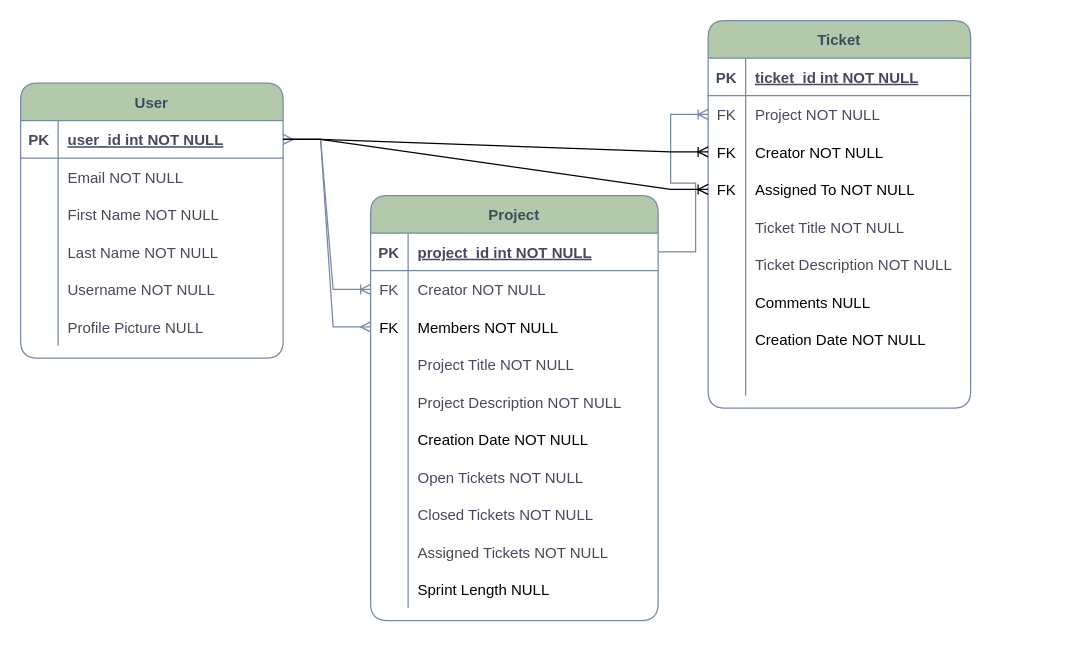
The draw.io diagram config and documentation/database-schema.drawio in krishabbashyal/issue-tracker, before the edit. Source tidied: cells renumbered, new cells numbered last; positions are measured from the earlier drawing's top-left corner, leaving out a move shared by most shapes. Both pictures are drawn from the tidied source at 125%, with x=0, y=0 at pixel (20, 20).
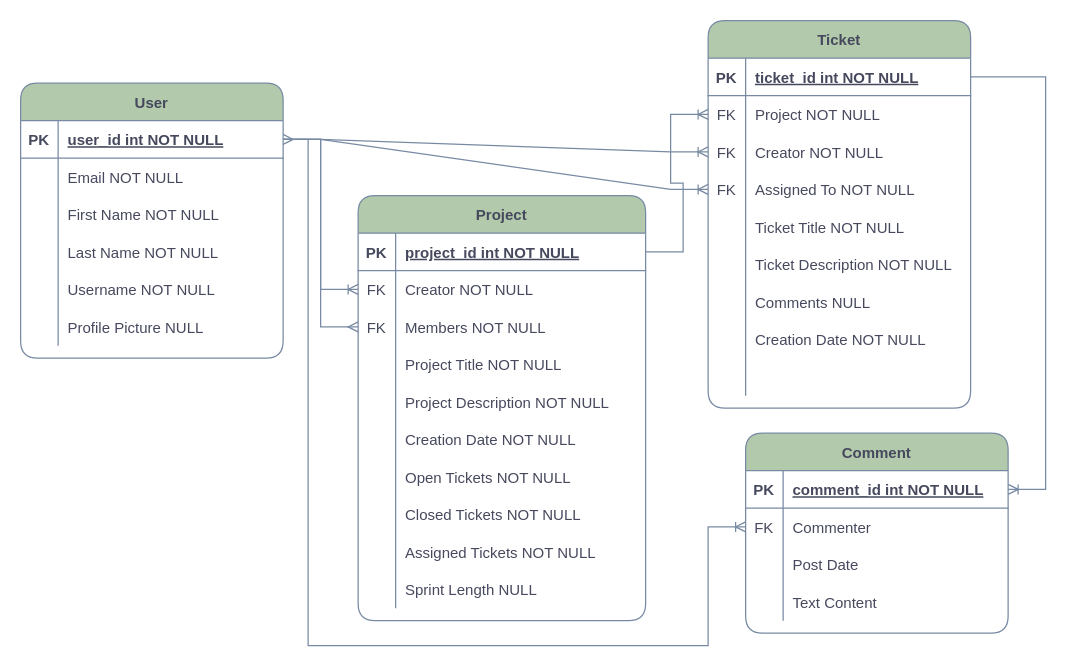
Above is the later version.

The change refers to these unchanged cells:
```xml
<mxCell id="3" style="shape=tableRow;horizontal=0;startSize=0;swimlaneHead=0;swimlaneBody=0;fillColor=none;points=[[0,0.5],[1,0.5]];portConstraint=eastwest;top=0;left=0;right=0;bottom=1;rounded=1;strokeColor=#788AA3;fontColor=#46495D;" parent="2" vertex="1">
  <mxGeometry y="30" width="210" height="30" as="geometry" />
</mxCell>
<mxCell id="22" style="shape=tableRow;horizontal=0;startSize=0;swimlaneHead=0;swimlaneBody=0;fillColor=none;points=[[0,0.5],[1,0.5]];portConstraint=eastwest;top=0;left=0;right=0;bottom=1;rounded=1;strokeColor=#788AA3;fontColor=#46495D;" parent="21" vertex="1">
  <mxGeometry y="30" width="230" height="30" as="geometry" />
</mxCell>
<mxCell id="25" style="shape=tableRow;horizontal=0;startSize=0;swimlaneHead=0;swimlaneBody=0;fillColor=none;points=[[0,0.5],[1,0.5]];portConstraint=eastwest;top=0;left=0;right=0;bottom=0;rounded=1;strokeColor=#788AA3;fontColor=#46495D;" parent="21" vertex="1">
  <mxGeometry y="60" width="230" height="30" as="geometry" />
</mxCell>
<mxCell id="52" value="Ticket" style="shape=table;startSize=30;childLayout=tableLayout;rowLines=0;fontStyle=1;align=center;rounded=1;sketch=0;fontColor=#46495D;strokeColor=#788AA3;fillColor=#B2C9AB;shadow=0;" parent="1" vertex="1">
  <mxGeometry x="550" width="210" height="310" as="geometry" />
</mxCell>
<mxCell id="53" style="shape=tableRow;horizontal=0;startSize=0;swimlaneHead=0;swimlaneBody=0;fillColor=none;points=[[0,0.5],[1,0.5]];portConstraint=eastwest;top=0;left=0;right=0;bottom=1;rounded=0;sketch=0;fontColor=#46495D;strokeColor=#788AA3;" parent="52" vertex="1">
  <mxGeometry y="30" width="210" height="30" as="geometry" />
</mxCell>
<mxCell id="56" style="shape=tableRow;horizontal=0;startSize=0;swimlaneHead=0;swimlaneBody=0;fillColor=none;points=[[0,0.5],[1,0.5]];portConstraint=eastwest;top=0;left=0;right=0;bottom=0;rounded=0;sketch=0;fontColor=#46495D;strokeColor=#788AA3;" parent="52" vertex="1">
  <mxGeometry y="60" width="210" height="30" as="geometry" />
</mxCell>
```

Diff of the diagram source:
```diff
@@
     <mxCell id="21" value="Project" style="shape=table;startSize=30;childLayout=tableLayout;rowLines=0;fontStyle=1;align=center;rounded=1;fillColor=#B2C9AB;strokeColor=#788AA3;fontColor=#46495D;" parent="1" vertex="1">
-      <mxGeometry x="280" y="140" width="230" height="340" as="geometry" />
+      <mxGeometry x="270" y="140" width="230" height="340" as="geometry" />
     </mxCell>
@@
-    <mxCell id="28" style="shape=tableRow;horizontal=0;startSize=0;swimlaneHead=0;swimlaneBody=0;fillColor=none;points=[[0,0.5],[1,0.5]];portConstraint=eastwest;top=0;left=0;right=0;bottom=0;strokeColor=#788AA3;" parent="21" vertex="1">
+    <mxCell id="28" style="shape=tableRow;horizontal=0;startSize=0;swimlaneHead=0;swimlaneBody=0;fillColor=none;points=[[0,0.5],[1,0.5]];portConstraint=eastwest;top=0;left=0;right=0;bottom=0;strokeColor=#788AA3;fontColor=#46495D;" parent="21" vertex="1">
       <mxGeometry y="90" width="230" height="30" as="geometry" />
     </mxCell>
-    <mxCell id="29" value="FK" style="shape=partialRectangle;fillColor=none;top=0;left=0;bottom=0;right=0;overflow=hidden;strokeColor=#788AA3;" parent="28" vertex="1">
+    <mxCell id="29" value="FK" style="shape=partialRectangle;fillColor=none;top=0;left=0;bottom=0;right=0;overflow=hidden;strokeColor=#788AA3;fontColor=#46495D;" parent="28" vertex="1">
       <mxGeometry width="30" height="30" as="geometry" />
     </mxCell>
-    <mxCell id="30" value="Members NOT NULL" style="shape=partialRectangle;fillColor=none;top=0;left=0;bottom=0;right=0;align=left;spacingLeft=6;overflow=hidden;strokeColor=#788AA3;" parent="28" vertex="1">
+    <mxCell id="30" value="Members NOT NULL" style="shape=partialRectangle;fillColor=none;top=0;left=0;bottom=0;right=0;align=left;spacingLeft=6;overflow=hidden;strokeColor=#788AA3;fontColor=#46495D;" parent="28" vertex="1">
       <mxGeometry x="30" width="200" height="30" as="geometry" />
     </mxCell>
@@
-    <mxCell id="37" style="shape=tableRow;horizontal=0;startSize=0;swimlaneHead=0;swimlaneBody=0;fillColor=none;top=0;left=0;right=0;bottom=0;strokeColor=#788AA3;" parent="21" vertex="1">
+    <mxCell id="37" style="shape=tableRow;horizontal=0;startSize=0;swimlaneHead=0;swimlaneBody=0;fillColor=none;top=0;left=0;right=0;bottom=0;strokeColor=#788AA3;fontColor=#46495D;" parent="21" vertex="1">
       <mxGeometry y="180" width="230" height="30" as="geometry" />
     </mxCell>
-    <mxCell id="38" style="shape=partialRectangle;fillColor=none;top=0;left=0;bottom=0;right=0;overflow=hidden;strokeColor=#788AA3;" parent="37" vertex="1">
+    <mxCell id="38" style="shape=partialRectangle;fillColor=none;top=0;left=0;bottom=0;right=0;overflow=hidden;strokeColor=#788AA3;fontColor=#46495D;" parent="37" vertex="1">
       <mxGeometry width="30" height="30" as="geometry" />
     </mxCell>
-    <mxCell id="39" value="Creation Date NOT NULL" style="shape=partialRectangle;fillColor=none;top=0;left=0;bottom=0;right=0;align=left;spacingLeft=6;overflow=hidden;strokeColor=#788AA3;" parent="37" vertex="1">
+    <mxCell id="39" value="Creation Date NOT NULL" style="shape=partialRectangle;fillColor=none;top=0;left=0;bottom=0;right=0;align=left;spacingLeft=6;overflow=hidden;strokeColor=#788AA3;fontColor=#46495D;" parent="37" vertex="1">
       <mxGeometry x="30" width="200" height="30" as="geometry" />
     </mxCell>
@@
-    <mxCell id="49" style="shape=tableRow;horizontal=0;startSize=0;swimlaneHead=0;swimlaneBody=0;fillColor=none;top=0;left=0;right=0;bottom=0;strokeColor=#788AA3;" parent="21" vertex="1">
+    <mxCell id="49" style="shape=tableRow;horizontal=0;startSize=0;swimlaneHead=0;swimlaneBody=0;fillColor=none;top=0;left=0;right=0;bottom=0;strokeColor=#788AA3;fontColor=#46495D;" parent="21" vertex="1">
       <mxGeometry y="300" width="230" height="30" as="geometry" />
     </mxCell>
-    <mxCell id="50" style="shape=partialRectangle;fillColor=none;top=0;left=0;bottom=0;right=0;overflow=hidden;strokeColor=#788AA3;" parent="49" vertex="1">
+    <mxCell id="50" style="shape=partialRectangle;fillColor=none;top=0;left=0;bottom=0;right=0;overflow=hidden;strokeColor=#788AA3;fontColor=#46495D;" parent="49" vertex="1">
       <mxGeometry width="30" height="30" as="geometry" />
     </mxCell>
-    <mxCell id="51" value="Sprint Length NULL" style="shape=partialRectangle;fillColor=none;top=0;left=0;bottom=0;right=0;align=left;spacingLeft=6;overflow=hidden;strokeColor=#788AA3;" parent="49" vertex="1">
+    <mxCell id="51" value="Sprint Length NULL" style="shape=partialRectangle;fillColor=none;top=0;left=0;bottom=0;right=0;align=left;spacingLeft=6;overflow=hidden;strokeColor=#788AA3;fontColor=#46495D;" parent="49" vertex="1">
       <mxGeometry x="30" width="200" height="30" as="geometry" />
     </mxCell>
@@
-    <mxCell id="59" style="shape=tableRow;horizontal=0;startSize=0;swimlaneHead=0;swimlaneBody=0;fillColor=none;points=[[0,0.5],[1,0.5]];portConstraint=eastwest;top=0;left=0;right=0;bottom=0;strokeColor=#788AA3;" parent="52" vertex="1">
+    <mxCell id="59" style="shape=tableRow;horizontal=0;startSize=0;swimlaneHead=0;swimlaneBody=0;fillColor=none;points=[[0,0.5],[1,0.5]];portConstraint=eastwest;top=0;left=0;right=0;bottom=0;strokeColor=#788AA3;fontColor=#46495D;" parent="52" vertex="1">
       <mxGeometry y="90" width="210" height="30" as="geometry" />
     </mxCell>
-    <mxCell id="60" value="FK" style="shape=partialRectangle;fillColor=none;top=0;left=0;bottom=0;right=0;overflow=hidden;strokeColor=#788AA3;" parent="59" vertex="1">
+    <mxCell id="60" value="FK" style="shape=partialRectangle;fillColor=none;top=0;left=0;bottom=0;right=0;overflow=hidden;strokeColor=#788AA3;fontColor=#46495D;" parent="59" vertex="1">
       <mxGeometry width="30" height="30" as="geometry" />
     </mxCell>
-    <mxCell id="61" value="Creator NOT NULL" style="shape=partialRectangle;fillColor=none;top=0;left=0;bottom=0;right=0;align=left;spacingLeft=6;overflow=hidden;strokeColor=#788AA3;" parent="59" vertex="1">
+    <mxCell id="61" value="Creator NOT NULL" style="shape=partialRectangle;fillColor=none;top=0;left=0;bottom=0;right=0;align=left;spacingLeft=6;overflow=hidden;strokeColor=#788AA3;fontColor=#46495D;" parent="59" vertex="1">
       <mxGeometry x="30" width="180" height="30" as="geometry" />
     </mxCell>
-    <mxCell id="62" style="shape=tableRow;horizontal=0;startSize=0;swimlaneHead=0;swimlaneBody=0;fillColor=none;points=[[0,0.5],[1,0.5]];portConstraint=eastwest;top=0;left=0;right=0;bottom=0;strokeColor=#788AA3;" parent="52" vertex="1">
+    <mxCell id="62" style="shape=tableRow;horizontal=0;startSize=0;swimlaneHead=0;swimlaneBody=0;fillColor=none;points=[[0,0.5],[1,0.5]];portConstraint=eastwest;top=0;left=0;right=0;bottom=0;strokeColor=#788AA3;fontColor=#46495D;" parent="52" vertex="1">
       <mxGeometry y="120" width="210" height="30" as="geometry" />
     </mxCell>
-    <mxCell id="63" value="FK" style="shape=partialRectangle;fillColor=none;top=0;left=0;bottom=0;right=0;overflow=hidden;strokeColor=#788AA3;" parent="62" vertex="1">
+    <mxCell id="63" value="FK" style="shape=partialRectangle;fillColor=none;top=0;left=0;bottom=0;right=0;overflow=hidden;strokeColor=#788AA3;fontColor=#46495D;" parent="62" vertex="1">
       <mxGeometry width="30" height="30" as="geometry" />
     </mxCell>
-    <mxCell id="64" value="Assigned To NOT NULL" style="shape=partialRectangle;fillColor=none;top=0;left=0;bottom=0;right=0;align=left;spacingLeft=6;overflow=hidden;strokeColor=#788AA3;" parent="62" vertex="1">
+    <mxCell id="64" value="Assigned To NOT NULL" style="shape=partialRectangle;fillColor=none;top=0;left=0;bottom=0;right=0;align=left;spacingLeft=6;overflow=hidden;strokeColor=#788AA3;fontColor=#46495D;" parent="62" vertex="1">
       <mxGeometry x="30" width="180" height="30" as="geometry" />
     </mxCell>
@@
-    <mxCell id="71" style="shape=tableRow;horizontal=0;startSize=0;swimlaneHead=0;swimlaneBody=0;fillColor=none;top=0;left=0;right=0;bottom=0;strokeColor=#788AA3;" parent="52" vertex="1">
+    <mxCell id="71" style="shape=tableRow;horizontal=0;startSize=0;swimlaneHead=0;swimlaneBody=0;fillColor=none;top=0;left=0;right=0;bottom=0;strokeColor=#788AA3;fontColor=#46495D;" parent="52" vertex="1">
       <mxGeometry y="210" width="210" height="30" as="geometry" />
     </mxCell>
-    <mxCell id="72" style="shape=partialRectangle;fillColor=none;top=0;left=0;bottom=0;right=0;overflow=hidden;strokeColor=#788AA3;" parent="71" vertex="1">
+    <mxCell id="72" style="shape=partialRectangle;fillColor=none;top=0;left=0;bottom=0;right=0;overflow=hidden;strokeColor=#788AA3;fontColor=#46495D;" parent="71" vertex="1">
       <mxGeometry width="30" height="30" as="geometry" />
     </mxCell>
-    <mxCell id="73" value="Comments NULL" style="shape=partialRectangle;fillColor=none;top=0;left=0;bottom=0;right=0;align=left;spacingLeft=6;overflow=hidden;strokeColor=#788AA3;" parent="71" vertex="1">
+    <mxCell id="73" value="Comments NULL" style="shape=partialRectangle;fillColor=none;top=0;left=0;bottom=0;right=0;align=left;spacingLeft=6;overflow=hidden;strokeColor=#788AA3;fontColor=#46495D;" parent="71" vertex="1">
       <mxGeometry x="30" width="180" height="30" as="geometry" />
     </mxCell>
-    <mxCell id="74" style="shape=tableRow;horizontal=0;startSize=0;swimlaneHead=0;swimlaneBody=0;fillColor=none;top=0;left=0;right=0;bottom=0;strokeColor=#788AA3;" parent="52" vertex="1">
+    <mxCell id="74" style="shape=tableRow;horizontal=0;startSize=0;swimlaneHead=0;swimlaneBody=0;fillColor=none;top=0;left=0;right=0;bottom=0;strokeColor=#788AA3;fontColor=#46495D;" parent="52" vertex="1">
       <mxGeometry y="240" width="210" height="30" as="geometry" />
     </mxCell>
-    <mxCell id="75" style="shape=partialRectangle;fillColor=none;top=0;left=0;bottom=0;right=0;overflow=hidden;strokeColor=#788AA3;" parent="74" vertex="1">
+    <mxCell id="75" style="shape=partialRectangle;fillColor=none;top=0;left=0;bottom=0;right=0;overflow=hidden;strokeColor=#788AA3;fontColor=#46495D;" parent="74" vertex="1">
       <mxGeometry width="30" height="30" as="geometry" />
     </mxCell>
-    <mxCell id="76" value="Creation Date NOT NULL" style="shape=partialRectangle;fillColor=none;top=0;left=0;bottom=0;right=0;align=left;spacingLeft=6;overflow=hidden;strokeColor=#788AA3;" parent="74" vertex="1">
+    <mxCell id="76" value="Creation Date NOT NULL" style="shape=partialRectangle;fillColor=none;top=0;left=0;bottom=0;right=0;align=left;spacingLeft=6;overflow=hidden;strokeColor=#788AA3;fontColor=#46495D;" parent="74" vertex="1">
       <mxGeometry x="30" width="180" height="30" as="geometry" />
     </mxCell>
-    <mxCell id="77" style="shape=tableRow;horizontal=0;startSize=0;swimlaneHead=0;swimlaneBody=0;fillColor=none;top=0;left=0;right=0;bottom=0;strokeColor=#788AA3;" parent="52" vertex="1">
+    <mxCell id="77" style="shape=tableRow;horizontal=0;startSize=0;swimlaneHead=0;swimlaneBody=0;fillColor=none;top=0;left=0;right=0;bottom=0;strokeColor=#788AA3;fontColor=#46495D;" parent="52" vertex="1">
       <mxGeometry y="270" width="210" height="30" as="geometry" />
     </mxCell>
-    <mxCell id="78" style="shape=partialRectangle;fillColor=none;top=0;left=0;bottom=0;right=0;overflow=hidden;strokeColor=#788AA3;" parent="77" vertex="1">
+    <mxCell id="78" style="shape=partialRectangle;fillColor=none;top=0;left=0;bottom=0;right=0;overflow=hidden;strokeColor=#788AA3;fontColor=#46495D;" parent="77" vertex="1">
       <mxGeometry width="30" height="30" as="geometry" />
     </mxCell>
-    <mxCell id="79" style="shape=partialRectangle;fillColor=none;top=0;left=0;bottom=0;right=0;align=left;spacingLeft=6;overflow=hidden;strokeColor=#788AA3;" parent="77" vertex="1">
+    <mxCell id="79" style="shape=partialRectangle;fillColor=none;top=0;left=0;bottom=0;right=0;align=left;spacingLeft=6;overflow=hidden;strokeColor=#788AA3;fontColor=#46495D;" parent="77" vertex="1">
       <mxGeometry x="30" width="180" height="30" as="geometry" />
     </mxCell>
-    <mxCell id="80" style="edgeStyle=entityRelationEdgeStyle;fontSize=12;html=1;endArrow=ERmany;startArrow=ERmany;rounded=0;strokeColor=#788AA3;" parent="1" edge="1" source="3" target="28">
+    <mxCell id="80" style="edgeStyle=entityRelationEdgeStyle;fontSize=12;html=1;endArrow=ERmany;startArrow=ERmany;rounded=0;strokeColor=#788AA3;fontColor=#46495D;" parent="1" edge="1" source="3" target="28">
       <mxGeometry relative="1" as="geometry" />
     </mxCell>
-    <mxCell id="81" style="edgeStyle=entityRelationEdgeStyle;fontSize=12;html=1;endArrow=ERoneToMany;rounded=0;strokeColor=#788AA3;exitX=1;exitY=0.5;exitDx=0;exitDy=0;" parent="1" edge="1" source="3" target="25">
+    <mxCell id="81" style="edgeStyle=entityRelationEdgeStyle;fontSize=12;html=1;endArrow=ERoneToMany;rounded=0;strokeColor=#788AA3;exitX=1;exitY=0.5;exitDx=0;exitDy=0;fontColor=#46495D;" parent="1" edge="1" source="3" target="25">
       <mxGeometry relative="1" as="geometry" />
     </mxCell>
-    <mxCell id="82" style="edgeStyle=entityRelationEdgeStyle;fontSize=12;html=1;endArrow=ERoneToMany;rounded=0;strokeColor=#788AA3;" parent="1" edge="1" source="22" target="56">
+    <mxCell id="82" style="edgeStyle=entityRelationEdgeStyle;fontSize=12;html=1;endArrow=ERoneToMany;rounded=0;strokeColor=#788AA3;fontColor=#46495D;" parent="1" edge="1" source="22" target="56">
       <mxGeometry relative="1" as="geometry" />
     </mxCell>
-    <mxCell id="83" style="edgeStyle=entityRelationEdgeStyle;fontSize=12;html=1;endArrow=ERoneToMany;strokeColor=default;exitX=1;exitY=0.5;exitDx=0;exitDy=0;rounded=0;" parent="1" edge="1" source="3" target="59">
+    <mxCell id="83" style="edgeStyle=entityRelationEdgeStyle;fontSize=12;html=1;endArrow=ERoneToMany;strokeColor=#788AA3;exitX=1;exitY=0.5;exitDx=0;exitDy=0;rounded=0;fontColor=#46495D;" parent="1" edge="1" source="3" target="59">
       <mxGeometry relative="1" as="geometry" />
     </mxCell>
-    <mxCell id="84" style="edgeStyle=entityRelationEdgeStyle;fontSize=12;html=1;endArrow=ERoneToMany;strokeColor=default;exitX=1;exitY=0.5;exitDx=0;exitDy=0;rounded=0;" parent="1" edge="1" source="3" target="62">
+    <mxCell id="84" style="edgeStyle=entityRelationEdgeStyle;fontSize=12;html=1;endArrow=ERoneToMany;strokeColor=#788AA3;exitX=1;exitY=0.5;exitDx=0;exitDy=0;rounded=0;fontColor=#46495D;" parent="1" edge="1" source="3" target="62">
       <mxGeometry relative="1" as="geometry" />
     </mxCell>
+    <mxCell id="85" value="Comment" style="shape=table;startSize=30;childLayout=tableLayout;rowLines=0;fontStyle=1;align=center;rounded=1;shadow=0;sketch=0;strokeColor=#788AA3;fillColor=#B2C9AB;fontColor=#46495D;" parent="1" vertex="1">
+      <mxGeometry x="580" y="330" width="210" height="160" as="geometry" />
+    </mxCell>
+    <mxCell id="86" style="shape=tableRow;horizontal=0;startSize=0;swimlaneHead=0;swimlaneBody=0;fillColor=none;points=[[0,0.5],[1,0.5]];portConstraint=eastwest;top=0;left=0;right=0;bottom=1;rounded=1;shadow=0;sketch=0;strokeColor=#788AA3;fontColor=#46495D;" parent="85" vertex="1">
+      <mxGeometry y="30" width="210" height="30" as="geometry" />
+    </mxCell>
+    <mxCell id="87" value="PK" style="shape=partialRectangle;fillColor=none;top=0;left=0;bottom=0;right=0;fontStyle=1;overflow=hidden;rounded=1;shadow=0;sketch=0;strokeColor=#788AA3;fontColor=#46495D;" parent="86" vertex="1">
+      <mxGeometry width="30" height="30" as="geometry" />
+    </mxCell>
+    <mxCell id="88" value="comment_id int NOT NULL" style="shape=partialRectangle;fillColor=none;top=0;left=0;bottom=0;right=0;align=left;spacingLeft=6;fontStyle=5;overflow=hidden;rounded=1;shadow=0;sketch=0;strokeColor=#788AA3;fontColor=#46495D;" parent="86" vertex="1">
+      <mxGeometry x="30" width="180" height="30" as="geometry" />
+    </mxCell>
+    <mxCell id="89" style="shape=tableRow;horizontal=0;startSize=0;swimlaneHead=0;swimlaneBody=0;fillColor=none;points=[[0,0.5],[1,0.5]];portConstraint=eastwest;top=0;left=0;right=0;bottom=0;rounded=1;shadow=0;sketch=0;strokeColor=#788AA3;fontColor=#46495D;" parent="85" vertex="1">
+      <mxGeometry y="60" width="210" height="30" as="geometry" />
+    </mxCell>
+    <mxCell id="90" value="FK" style="shape=partialRectangle;fillColor=none;top=0;left=0;bottom=0;right=0;overflow=hidden;rounded=1;shadow=0;sketch=0;strokeColor=#788AA3;fontColor=#46495D;" parent="89" vertex="1">
+      <mxGeometry width="30" height="30" as="geometry" />
+    </mxCell>
+    <mxCell id="91" value="Commenter" style="shape=partialRectangle;fillColor=none;top=0;left=0;bottom=0;right=0;align=left;spacingLeft=6;overflow=hidden;rounded=1;shadow=0;sketch=0;strokeColor=#788AA3;fontColor=#46495D;" parent="89" vertex="1">
+      <mxGeometry x="30" width="180" height="30" as="geometry" />
+    </mxCell>
+    <mxCell id="92" style="shape=tableRow;horizontal=0;startSize=0;swimlaneHead=0;swimlaneBody=0;fillColor=none;top=0;left=0;right=0;bottom=0;rounded=1;shadow=0;sketch=0;strokeColor=#788AA3;fontColor=#46495D;" parent="85" vertex="1">
+      <mxGeometry y="90" width="210" height="30" as="geometry" />
+    </mxCell>
+    <mxCell id="93" style="shape=partialRectangle;fillColor=none;top=0;left=0;bottom=0;right=0;overflow=hidden;rounded=1;shadow=0;sketch=0;strokeColor=#788AA3;fontColor=#46495D;" parent="92" vertex="1">
+      <mxGeometry width="30" height="30" as="geometry" />
+    </mxCell>
+    <mxCell id="94" value="Post Date" style="shape=partialRectangle;fillColor=none;top=0;left=0;bottom=0;right=0;align=left;spacingLeft=6;overflow=hidden;rounded=1;shadow=0;sketch=0;strokeColor=#788AA3;fontColor=#46495D;" parent="92" vertex="1">
+      <mxGeometry x="30" width="180" height="30" as="geometry" />
+    </mxCell>
+    <mxCell id="95" style="shape=tableRow;horizontal=0;startSize=0;swimlaneHead=0;swimlaneBody=0;fillColor=none;top=0;left=0;right=0;bottom=0;rounded=1;shadow=0;sketch=0;strokeColor=#788AA3;fontColor=#46495D;" parent="85" vertex="1">
+      <mxGeometry y="120" width="210" height="30" as="geometry" />
+    </mxCell>
+    <mxCell id="96" style="shape=partialRectangle;fillColor=none;top=0;left=0;bottom=0;right=0;overflow=hidden;rounded=1;shadow=0;sketch=0;strokeColor=#788AA3;fontColor=#46495D;" parent="95" vertex="1">
+      <mxGeometry width="30" height="30" as="geometry" />
+    </mxCell>
+    <mxCell id="97" value="Text Content" style="shape=partialRectangle;fillColor=none;top=0;left=0;bottom=0;right=0;align=left;spacingLeft=6;overflow=hidden;rounded=1;shadow=0;sketch=0;strokeColor=#788AA3;fontColor=#46495D;" parent="95" vertex="1">
+      <mxGeometry x="30" width="180" height="30" as="geometry" />
+    </mxCell>
+    <mxCell id="98" style="edgeStyle=orthogonalEdgeStyle;fontSize=12;html=1;endArrow=ERoneToMany;rounded=0;strokeColor=#788AA3;entryX=0;entryY=0.5;entryDx=0;entryDy=0;fontColor=#46495D;" parent="1" edge="1" source="3" target="89">
+      <mxGeometry relative="1" as="geometry">
+        <Array as="points">
+          <mxPoint x="230" y="95" />
+          <mxPoint x="230" y="500" />
+          <mxPoint x="550" y="500" />
+          <mxPoint x="550" y="405" />
+        </Array>
+      </mxGeometry>
+    </mxCell>
+    <mxCell id="99" style="edgeStyle=entityRelationEdgeStyle;fontSize=12;html=1;endArrow=ERoneToMany;rounded=0;strokeColor=#788AA3;fontColor=#46495D;" parent="1" edge="1" source="53" target="86">
+      <mxGeometry relative="1" as="geometry" />
+    </mxCell>
```
